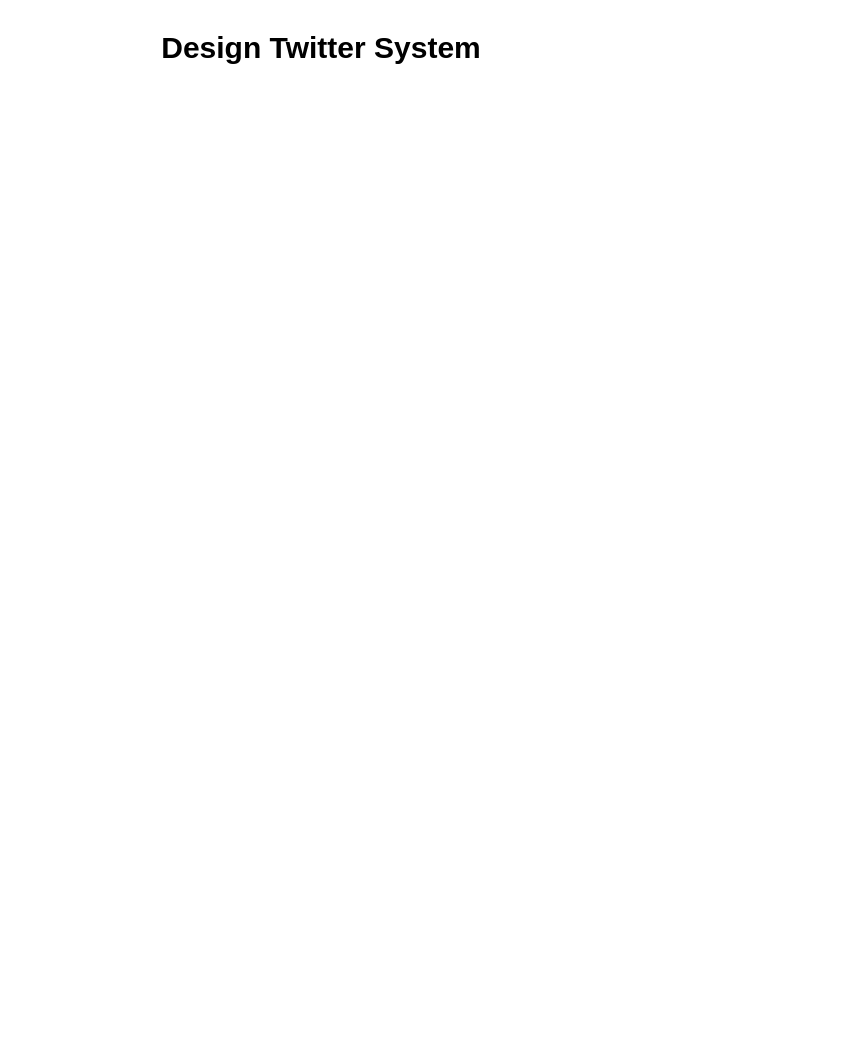
AchyuthMohan/system-architectures keeps this draw.io diagram as Design Twitter.drawio. Above is the earlier version. Source tidied: cells renumbered, new cells numbered last; positions are measured from the earlier drawing's top-left corner, leaving out a move shared by most shapes. Both pictures are drawn from the tidied source at 125%, with x=0, y=0 at pixel (159, 21).
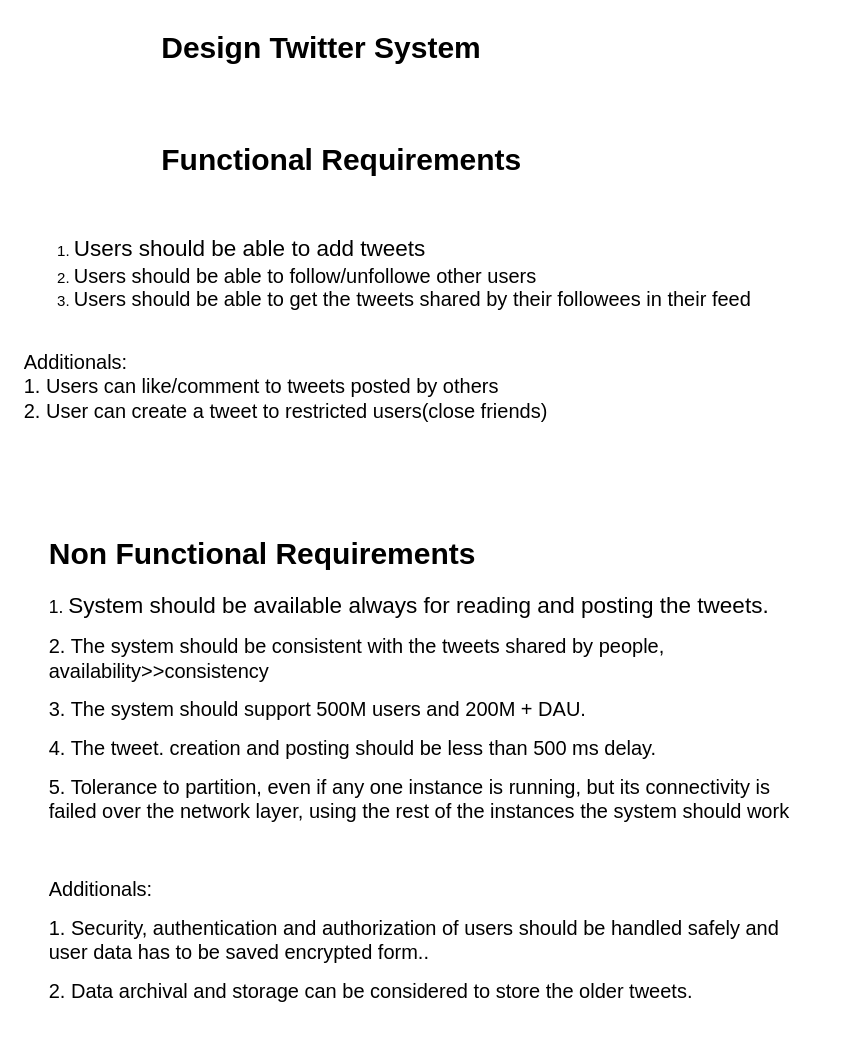
The same page after the edit.

Diff of the diagram source:
```diff
@@
 <mxGraphModel>
   <root>
     <mxCell id="0" />
     <mxCell id="1" parent="0" />
     <mxCell id="2" value="&lt;h1 style=&quot;margin-top: 0px;&quot;&gt;Design Twitter System&lt;/h1&gt;&lt;p&gt;&lt;br&gt;&lt;/p&gt;" style="text;html=1;whiteSpace=wrap;overflow=hidden;rounded=0;" parent="1" vertex="1">
       <mxGeometry width="430" height="40" as="geometry" />
     </mxCell>
+    <mxCell id="3" value="&lt;h1 style=&quot;margin-top: 0px;&quot;&gt;Functional Requirements&lt;/h1&gt;&lt;p&gt;&lt;br&gt;&lt;/p&gt;" style="text;html=1;whiteSpace=wrap;overflow=hidden;rounded=0;" parent="1" vertex="1">
+      <mxGeometry y="90" width="370" height="120" as="geometry" />
+    </mxCell>
+    <mxCell id="4" value="&lt;ol&gt;&lt;li&gt;&lt;font style=&quot;font-size: 18px;&quot;&gt;Users should be able to add tweets&lt;/font&gt;&lt;/li&gt;&lt;li&gt;&lt;font size=&quot;3&quot;&gt;Users should be able to follow/unfollowe other users&lt;/font&gt;&lt;/li&gt;&lt;li&gt;&lt;font size=&quot;3&quot;&gt;Users should be able to get the tweets shared by their followees in their feed&lt;/font&gt;&lt;/li&gt;&lt;/ol&gt;&lt;div&gt;&lt;font size=&quot;3&quot;&gt;&lt;br&gt;&lt;/font&gt;&lt;/div&gt;&lt;div&gt;&lt;font size=&quot;3&quot;&gt;Additionals:&lt;br&gt;1. Users can like/comment to tweets posted by others&lt;/font&gt;&lt;/div&gt;&lt;div&gt;&lt;font size=&quot;3&quot;&gt;2. User can create a tweet to restricted users(close friends)&lt;/font&gt;&lt;/div&gt;" style="text;strokeColor=none;fillColor=none;html=1;whiteSpace=wrap;verticalAlign=middle;overflow=hidden;" parent="1" vertex="1">
+      <mxGeometry x="-110" y="140" width="590" height="200" as="geometry" />
+    </mxCell>
+    <mxCell id="5" value="&lt;h1 style=&quot;margin-top: 0px;&quot;&gt;Non Functional Requirements&lt;/h1&gt;&lt;p&gt;&lt;font style=&quot;font-size: 14px;&quot;&gt;1. &lt;/font&gt;&lt;font style=&quot;font-size: 18px;&quot;&gt;System should be available always for reading and posting the tweets.&lt;/font&gt;&lt;/p&gt;&lt;p&gt;&lt;font size=&quot;3&quot;&gt;2. The system should be consistent with the tweets shared by people, availability&amp;gt;&amp;gt;consistency&lt;/font&gt;&lt;/p&gt;&lt;p&gt;&lt;font size=&quot;3&quot;&gt;3. The system should support 500M users and 200M + DAU.&lt;/font&gt;&lt;/p&gt;&lt;p&gt;&lt;font size=&quot;3&quot;&gt;4. The tweet. creation and posting should be less than 500 ms delay.&lt;/font&gt;&lt;/p&gt;&lt;p&gt;&lt;font size=&quot;3&quot;&gt;5. Tolerance to partition, even if any one instance is running, but its connectivity is failed over the network layer, using the rest of the instances the system should work&lt;/font&gt;&lt;/p&gt;&lt;p&gt;&lt;font size=&quot;3&quot;&gt;&lt;br&gt;&lt;/font&gt;&lt;/p&gt;&lt;p&gt;&lt;font size=&quot;3&quot;&gt;Additionals:&lt;/font&gt;&lt;/p&gt;&lt;p&gt;&lt;font size=&quot;3&quot;&gt;1. Security, authentication and authorization of users should be handled safely and user data has to be saved encrypted form..&lt;/font&gt;&lt;/p&gt;&lt;p&gt;&lt;font size=&quot;3&quot;&gt;2. Data archival and storage can be considered to store the older tweets.&lt;/font&gt;&lt;/p&gt;" style="text;html=1;whiteSpace=wrap;overflow=hidden;rounded=0;" parent="1" vertex="1">
+      <mxGeometry x="-90" y="405" width="620" height="405" as="geometry" />
+    </mxCell>
   </root>
 </mxGraphModel>
```
